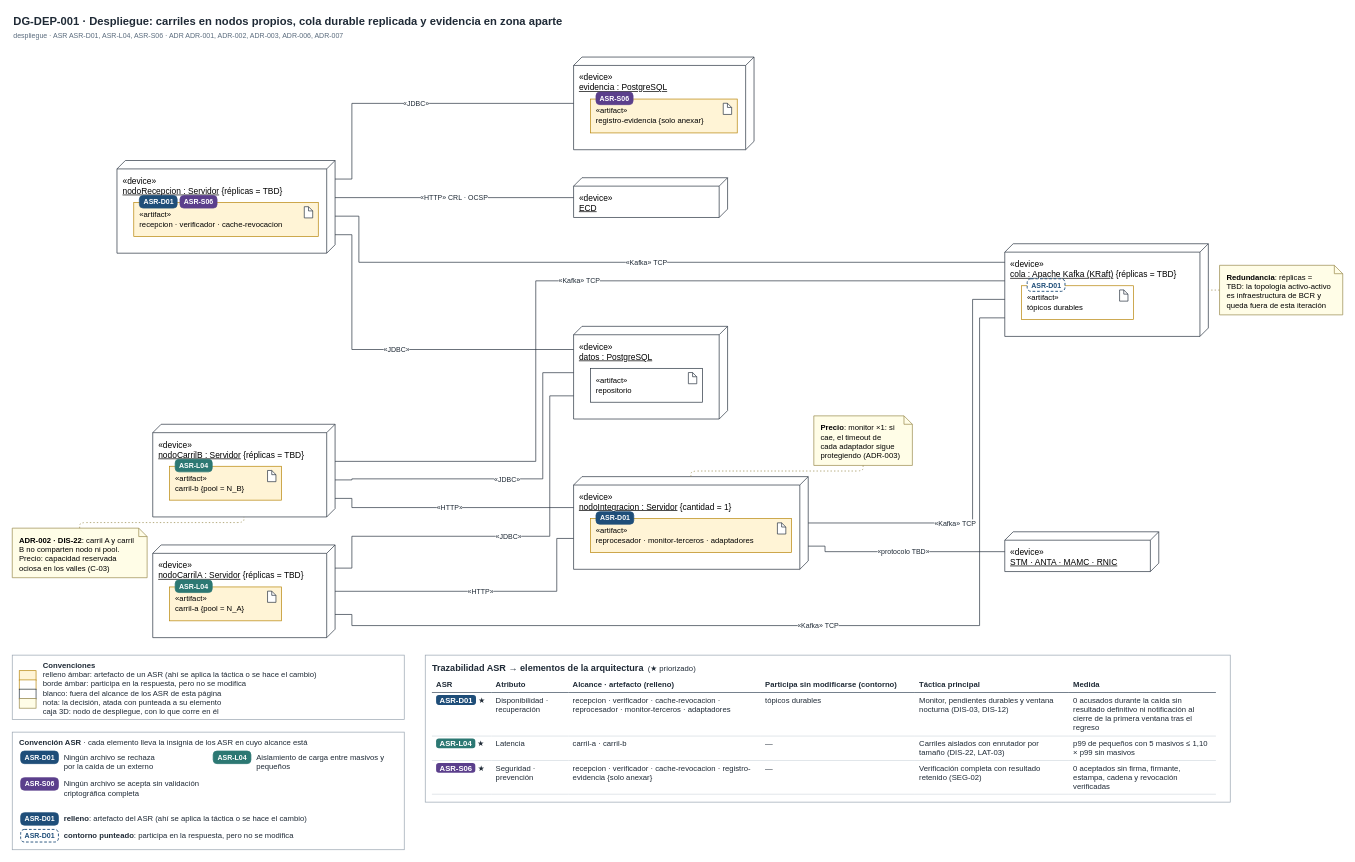
Before: page "DG-DEP-001 · Despliegue objetivo" (1 of 2) of docs/modelos/drawio/vista-despliegue.drawio in MATI-MBIT/arqsoft-reto-4, a draw.io diagram. Source tidied: cells renumbered, new cells numbered last; positions are measured from the earlier drawing's top-left corner, leaving out a move shared by most shapes. Both pictures are drawn from the tidied source at 70%, with x=0, y=0 at pixel (12, 12).
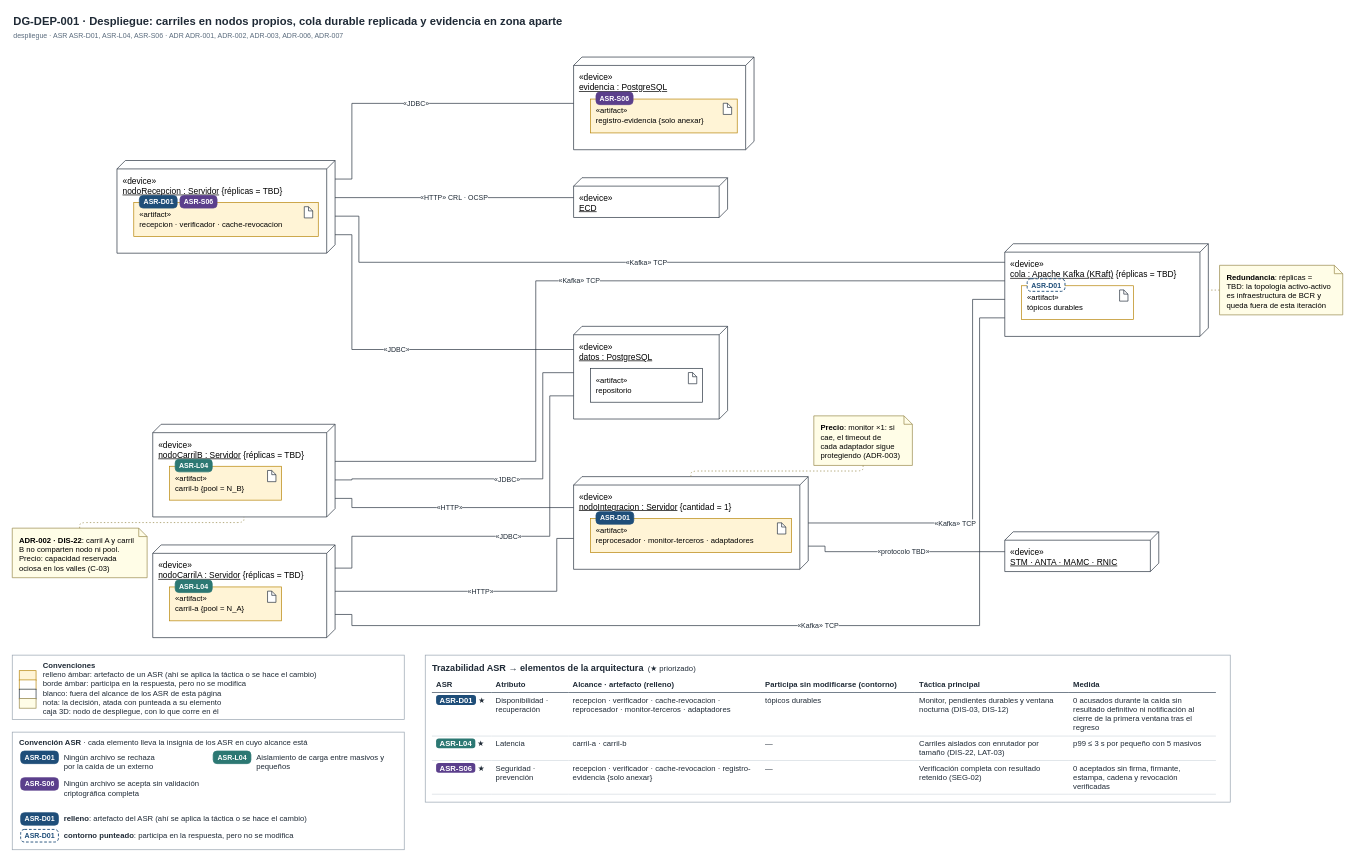
The same diagram, later.

Commit message (it also covers changes not shown here):
L04: medida directa p99 ≤ 3 s por archivo pequeño con 5 masivos

What changed in the source:
```diff
@@
-    <mxCell id="68" value="&lt;b style=&quot;font-size:13px&quot;&gt;Trazabilidad ASR → elementos de la arquitectura&lt;/b&gt; &amp;nbsp;(★ priorizado)&lt;table style=&quot;border-collapse:collapse;table-layout:fixed;width:1120px;margin-top:6px;font-size:11px&quot;&gt;&lt;tr&gt;&lt;th style=&quot;border-bottom:1.5px solid #3B4B5C;text-align:left;padding:4px 6px;width:73px&quot;&gt;ASR&lt;/th&gt;&lt;th style=&quot;border-bottom:1.5px solid #3B4B5C;text-align:left;padding:4px 6px;width:98px&quot;&gt;Atributo&lt;/th&gt;&lt;th style=&quot;border-bottom:1.5px solid #3B4B5C;text-align:left;padding:4px 6px;width:263px&quot;&gt;Alcance · artefacto (relleno)&lt;/th&gt;&lt;th style=&quot;border-bottom:1.5px solid #3B4B5C;text-align:left;padding:4px 6px;width:208px&quot;&gt;Participa sin modificarse (contorno)&lt;/th&gt;&lt;th style=&quot;border-bottom:1.5px solid #3B4B5C;text-align:left;padding:4px 6px;width:208px&quot;&gt;Táctica principal&lt;/th&gt;&lt;th style=&quot;border-bottom:1.5px solid #3B4B5C;text-align:left;padding:4px 6px;width:198px&quot;&gt;Medida&lt;/th&gt;&lt;/tr&gt;&lt;tr&gt;&lt;td style=&quot;border-bottom:1px solid #D5DBE1;padding:4px 6px;vertical-align:top;white-space:nowrap&quot;&gt;&lt;span style=&quot;background:#1F4E79;color:#fff;font-weight:bold;padding:1px 5px;border-radius:4px&quot;&gt;ASR-D01&lt;/span&gt; ★&lt;/td&gt;&lt;td style=&quot;border-bottom:1px solid #D5DBE1;padding:4px 6px;vertical-align:top&quot;&gt;Disponibilidad · recuperación&lt;/td&gt;&lt;td style=&quot;border-bottom:1px solid #D5DBE1;padding:4px 6px;vertical-align:top&quot;&gt;recepcion · verificador · cache-revocacion · reprocesador · monitor-terceros · adaptadores&lt;/td&gt;&lt;td style=&quot;border-bottom:1px solid #D5DBE1;padding:4px 6px;vertical-align:top&quot;&gt;tópicos durables&lt;/td&gt;&lt;td style=&quot;border-bottom:1px solid #D5DBE1;padding:4px 6px;vertical-align:top&quot;&gt;Monitor, pendientes durables y ventana nocturna (DIS-03, DIS-12)&lt;/td&gt;&lt;td style=&quot;border-bottom:1px solid #D5DBE1;padding:4px 6px;vertical-align:top&quot;&gt;0 acusados durante la caída sin resultado definitivo ni notificación al cierre de la primera ventana tras el regreso&lt;/td&gt;&lt;/tr&gt;&lt;tr&gt;&lt;td style=&quot;border-bottom:1px solid #D5DBE1;padding:4px 6px;vertical-align:top;white-space:nowrap&quot;&gt;&lt;span style=&quot;background:#2C7873;color:#fff;font-weight:bold;padding:1px 5px;border-radius:4px&quot;&gt;ASR-L04&lt;/span&gt; ★&lt;/td&gt;&lt;td style=&quot;border-bottom:1px solid #D5DBE1;padding:4px 6px;vertical-align:top&quot;&gt;Latencia&lt;/td&gt;&lt;td style=&quot;border-bottom:1px solid #D5DBE1;padding:4px 6px;vertical-align:top&quot;&gt;carril-a · carril-b&lt;/td&gt;&lt;td style=&quot;border-bottom:1px solid #D5DBE1;padding:4px 6px;vertical-align:top&quot;&gt;—&lt;/td&gt;&lt;td style=&quot;border-bottom:1px solid #D5DBE1;padding:4px 6px;vertical-align:top&quot;&gt;Carriles aislados con enrutador por tamaño (DIS-22, LAT-03)&lt;/td&gt;&lt;td style=&quot;border-bottom:1px solid #D5DBE1;padding:4px 6px;vertical-align:top&quot;&gt;p99 de pequeños con 5 masivos ≤ 1,10 × p99 sin masivos&lt;/td&gt;&lt;/tr&gt;&lt;tr&gt;&lt;td style=&quot;border-bottom:1px solid #D5DBE1;padding:4px 6px;vertical-align:top;white-space:nowrap&quot;&gt;&lt;span style=&quot;background:#5B3F8C;color:#fff;font-weight:bold;padding:1px 5px;border-radius:4px&quot;&gt;ASR-S06&lt;/span&gt; ★&lt;/td&gt;&lt;td style=&quot;border-bottom:1px solid #D5DBE1;padding:4px 6px;vertical-align:top&quot;&gt;Seguridad · prevención&lt;/td&gt;&lt;td style=&quot;border-bottom:1px solid #D5DBE1;padding:4px 6px;vertical-align:top&quot;&gt;recepcion · verificador · cache-revocacion · registro-evidencia {solo anexar}&lt;/td&gt;&lt;td style=&quot;border-bottom:1px solid #D5DBE1;padding:4px 6px;vertical-align:top&quot;&gt;—&lt;/td&gt;&lt;td style=&quot;border-bottom:1px solid #D5DBE1;padding:4px 6px;vertical-align:top&quot;&gt;Verificación completa con resultado retenido (SEG-02)&lt;/td&gt;&lt;td style=&quot;border-bottom:1px solid #D5DBE1;padding:4px 6px;vertical-align:top&quot;&gt;0 aceptados sin firma, firmante, estampa, cadena y revocación verificadas&lt;/td&gt;&lt;/tr&gt;&lt;/table&gt;" style="text;rounded=0;whiteSpace=wrap;html=1;fillColor=#FFFFFF;strokeColor=#9AA5B1;align=left;verticalAlign=top;spacingLeft=8;spacingRight=8;spacingTop=4;fontFamily=Helvetica;fontSize=11;fontColor=#1F2A36;" parent="1" vertex="1">
+    <mxCell id="68" value="&lt;b style=&quot;font-size:13px&quot;&gt;Trazabilidad ASR → elementos de la arquitectura&lt;/b&gt; &amp;nbsp;(★ priorizado)&lt;table style=&quot;border-collapse:collapse;table-layout:fixed;width:1120px;margin-top:6px;font-size:11px&quot;&gt;&lt;tr&gt;&lt;th style=&quot;border-bottom:1.5px solid #3B4B5C;text-align:left;padding:4px 6px;width:73px&quot;&gt;ASR&lt;/th&gt;&lt;th style=&quot;border-bottom:1.5px solid #3B4B5C;text-align:left;padding:4px 6px;width:98px&quot;&gt;Atributo&lt;/th&gt;&lt;th style=&quot;border-bottom:1.5px solid #3B4B5C;text-align:left;padding:4px 6px;width:263px&quot;&gt;Alcance · artefacto (relleno)&lt;/th&gt;&lt;th style=&quot;border-bottom:1.5px solid #3B4B5C;text-align:left;padding:4px 6px;width:208px&quot;&gt;Participa sin modificarse (contorno)&lt;/th&gt;&lt;th style=&quot;border-bottom:1.5px solid #3B4B5C;text-align:left;padding:4px 6px;width:208px&quot;&gt;Táctica principal&lt;/th&gt;&lt;th style=&quot;border-bottom:1.5px solid #3B4B5C;text-align:left;padding:4px 6px;width:198px&quot;&gt;Medida&lt;/th&gt;&lt;/tr&gt;&lt;tr&gt;&lt;td style=&quot;border-bottom:1px solid #D5DBE1;padding:4px 6px;vertical-align:top;white-space:nowrap&quot;&gt;&lt;span style=&quot;background:#1F4E79;color:#fff;font-weight:bold;padding:1px 5px;border-radius:4px&quot;&gt;ASR-D01&lt;/span&gt; ★&lt;/td&gt;&lt;td style=&quot;border-bottom:1px solid #D5DBE1;padding:4px 6px;vertical-align:top&quot;&gt;Disponibilidad · recuperación&lt;/td&gt;&lt;td style=&quot;border-bottom:1px solid #D5DBE1;padding:4px 6px;vertical-align:top&quot;&gt;recepcion · verificador · cache-revocacion · reprocesador · monitor-terceros · adaptadores&lt;/td&gt;&lt;td style=&quot;border-bottom:1px solid #D5DBE1;padding:4px 6px;vertical-align:top&quot;&gt;tópicos durables&lt;/td&gt;&lt;td style=&quot;border-bottom:1px solid #D5DBE1;padding:4px 6px;vertical-align:top&quot;&gt;Monitor, pendientes durables y ventana nocturna (DIS-03, DIS-12)&lt;/td&gt;&lt;td style=&quot;border-bottom:1px solid #D5DBE1;padding:4px 6px;vertical-align:top&quot;&gt;0 acusados durante la caída sin resultado definitivo ni notificación al cierre de la primera ventana tras el regreso&lt;/td&gt;&lt;/tr&gt;&lt;tr&gt;&lt;td style=&quot;border-bottom:1px solid #D5DBE1;padding:4px 6px;vertical-align:top;white-space:nowrap&quot;&gt;&lt;span style=&quot;background:#2C7873;color:#fff;font-weight:bold;padding:1px 5px;border-radius:4px&quot;&gt;ASR-L04&lt;/span&gt; ★&lt;/td&gt;&lt;td style=&quot;border-bottom:1px solid #D5DBE1;padding:4px 6px;vertical-align:top&quot;&gt;Latencia&lt;/td&gt;&lt;td style=&quot;border-bottom:1px solid #D5DBE1;padding:4px 6px;vertical-align:top&quot;&gt;carril-a · carril-b&lt;/td&gt;&lt;td style=&quot;border-bottom:1px solid #D5DBE1;padding:4px 6px;vertical-align:top&quot;&gt;—&lt;/td&gt;&lt;td style=&quot;border-bottom:1px solid #D5DBE1;padding:4px 6px;vertical-align:top&quot;&gt;Carriles aislados con enrutador por tamaño (DIS-22, LAT-03)&lt;/td&gt;&lt;td style=&quot;border-bottom:1px solid #D5DBE1;padding:4px 6px;vertical-align:top&quot;&gt;p99 ≤ 3 s por pequeño con 5 masivos&lt;/td&gt;&lt;/tr&gt;&lt;tr&gt;&lt;td style=&quot;border-bottom:1px solid #D5DBE1;padding:4px 6px;vertical-align:top;white-space:nowrap&quot;&gt;&lt;span style=&quot;background:#5B3F8C;color:#fff;font-weight:bold;padding:1px 5px;border-radius:4px&quot;&gt;ASR-S06&lt;/span&gt; ★&lt;/td&gt;&lt;td style=&quot;border-bottom:1px solid #D5DBE1;padding:4px 6px;vertical-align:top&quot;&gt;Seguridad · prevención&lt;/td&gt;&lt;td style=&quot;border-bottom:1px solid #D5DBE1;padding:4px 6px;vertical-align:top&quot;&gt;recepcion · verificador · cache-revocacion · registro-evidencia {solo anexar}&lt;/td&gt;&lt;td style=&quot;border-bottom:1px solid #D5DBE1;padding:4px 6px;vertical-align:top&quot;&gt;—&lt;/td&gt;&lt;td style=&quot;border-bottom:1px solid #D5DBE1;padding:4px 6px;vertical-align:top&quot;&gt;Verificación completa con resultado retenido (SEG-02)&lt;/td&gt;&lt;td style=&quot;border-bottom:1px solid #D5DBE1;padding:4px 6px;vertical-align:top&quot;&gt;0 aceptados sin firma, firmante, estampa, cadena y revocación verificadas&lt;/td&gt;&lt;/tr&gt;&lt;/table&gt;" style="text;rounded=0;whiteSpace=wrap;html=1;fillColor=#FFFFFF;strokeColor=#9AA5B1;align=left;verticalAlign=top;spacingLeft=8;spacingRight=8;spacingTop=4;fontFamily=Helvetica;fontSize=11;fontColor=#1F2A36;" parent="1" vertex="1">
       <mxGeometry x="590" y="918.4" width="1150" height="210" as="geometry" />
     </mxCell>
```
